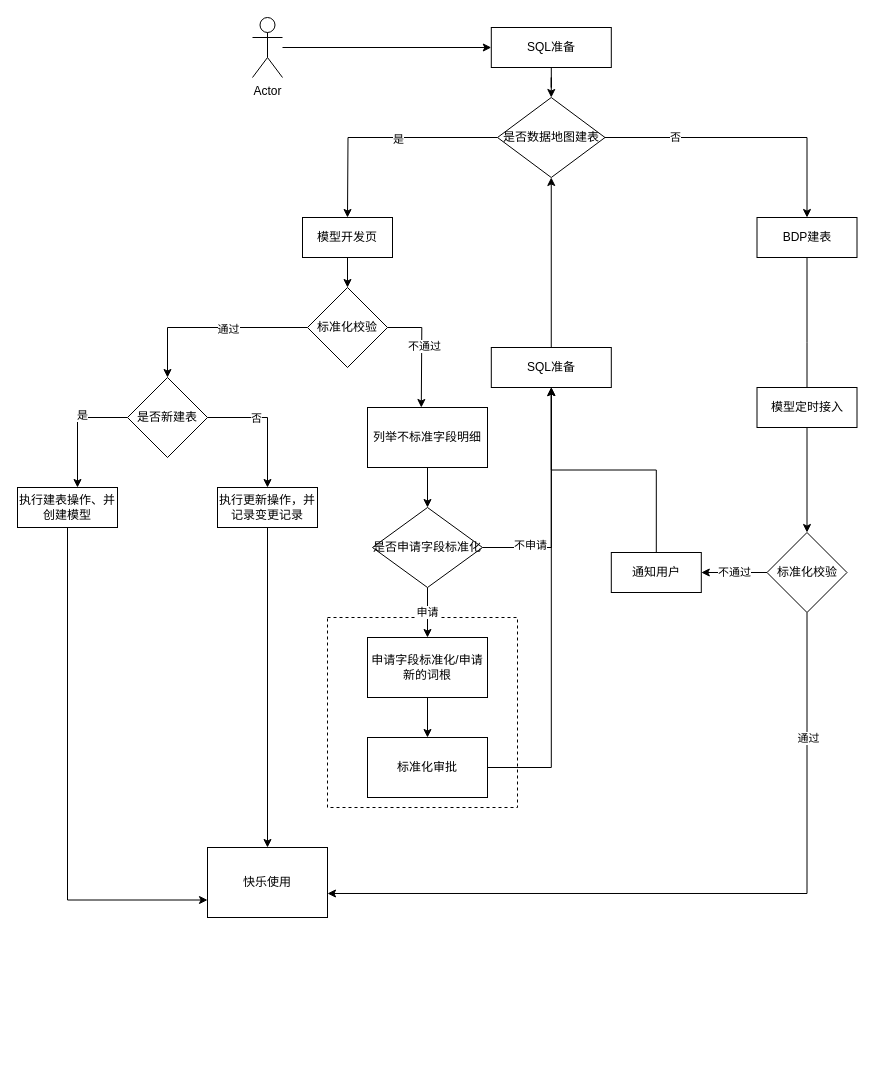
Earlier version of the draw.io diagram demo01/数据地图.drawio (huang-chh/draw). Source tidied: cells renumbered, new cells numbered last; positions are measured from the earlier drawing's top-left corner, leaving out a move shared by most shapes. Both pictures are drawn from the tidied source at 100%, with x=0, y=0 at pixel (17, 17).
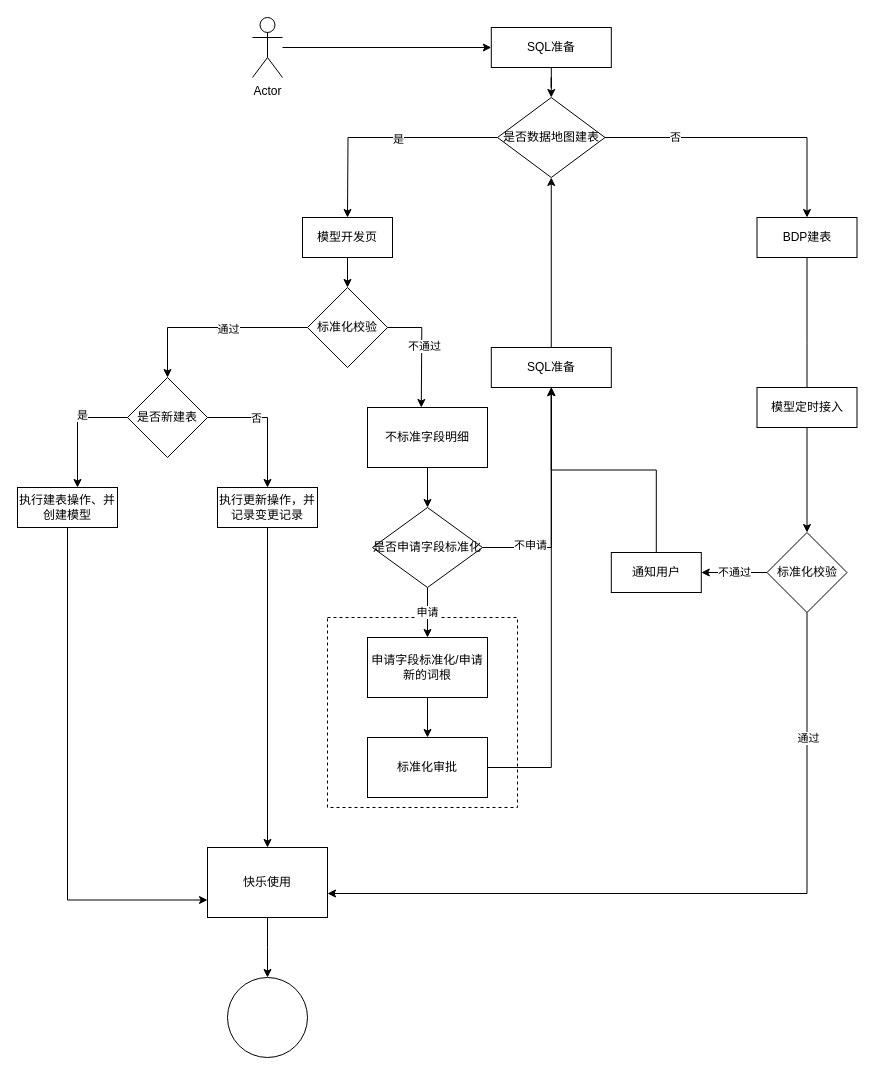
The same page after the edit.

Commit message:
更新数据地图.drawio

Unchanged cells that the change refers to:
```xml
<mxCell id="32" value="快乐使用" style="whiteSpace=wrap;html=1;" parent="1" vertex="1">
  <mxGeometry x="190" y="830" width="120" height="70" as="geometry" />
</mxCell>
```

Change to the diagram source:
```diff
@@
-    <mxCell id="27" value="列举不标准字段明细" style="rounded=0;whiteSpace=wrap;html=1;" parent="1" vertex="1">
+    <mxCell id="27" value="不标准字段明细" style="rounded=0;whiteSpace=wrap;html=1;" parent="1" vertex="1">
       <mxGeometry x="350" y="390" width="120" height="60" as="geometry" />
     </mxCell>
@@
+    <mxCell id="51" style="edgeStyle=orthogonalEdgeStyle;rounded=0;jettySize=auto;html=1;" parent="1" edge="1" source="32">
+      <mxGeometry relative="1" as="geometry">
+        <mxPoint x="250" y="960" as="targetPoint" />
+      </mxGeometry>
+    </mxCell>
@@
+    <mxCell id="52" style="ellipse;whiteSpace=wrap;html=1;" parent="1" vertex="1">
+      <mxGeometry x="210" y="960" width="80" height="80" as="geometry" />
+    </mxCell>
```
